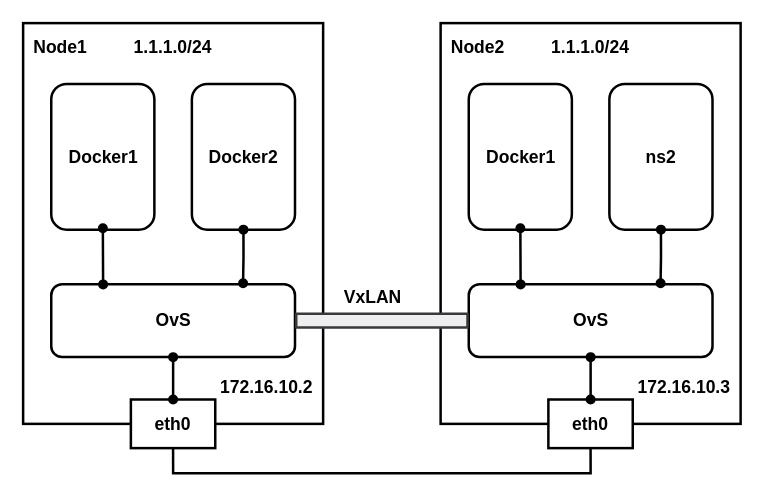
Earlier version of the draw.io diagram docker ovs vxlan.drawio (ctimbai/draw.io). Source tidied: cells renumbered, new cells numbered last; positions are measured from the earlier drawing's top-left corner, leaving out a move shared by most shapes. Both pictures are drawn from the tidied source at 125%, with x=0, y=0 at pixel (22, 22).
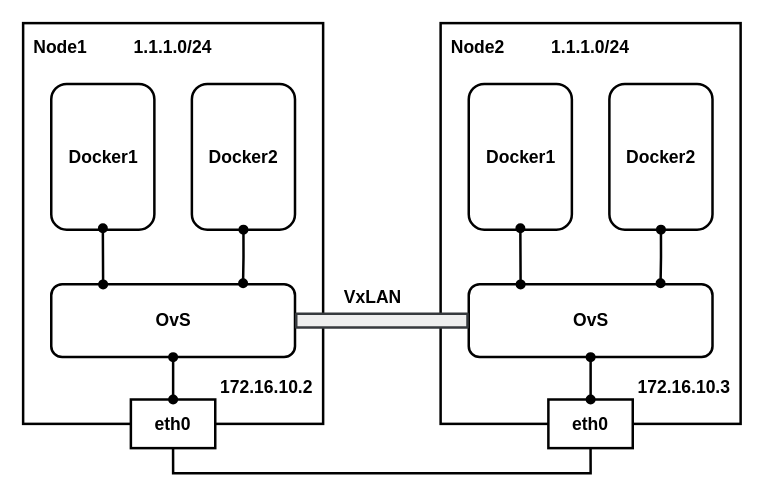
After the change.

What changed in the source:
```diff
@@
-    <mxCell id="16" value="&lt;font style=&quot;font-size: 14px&quot;&gt;&lt;b&gt;ns2&lt;/b&gt;&lt;/font&gt;" style="rounded=1;whiteSpace=wrap;html=1;strokeWidth=2;" parent="1" vertex="1">
+    <mxCell id="16" value="&lt;b style=&quot;font-size: 14px&quot;&gt;Docker2&lt;/b&gt;" style="rounded=1;whiteSpace=wrap;html=1;strokeWidth=2;" parent="1" vertex="1">
       <mxGeometry x="469" y="48.6" width="82.5" height="116.6" as="geometry" />
     </mxCell>
```
